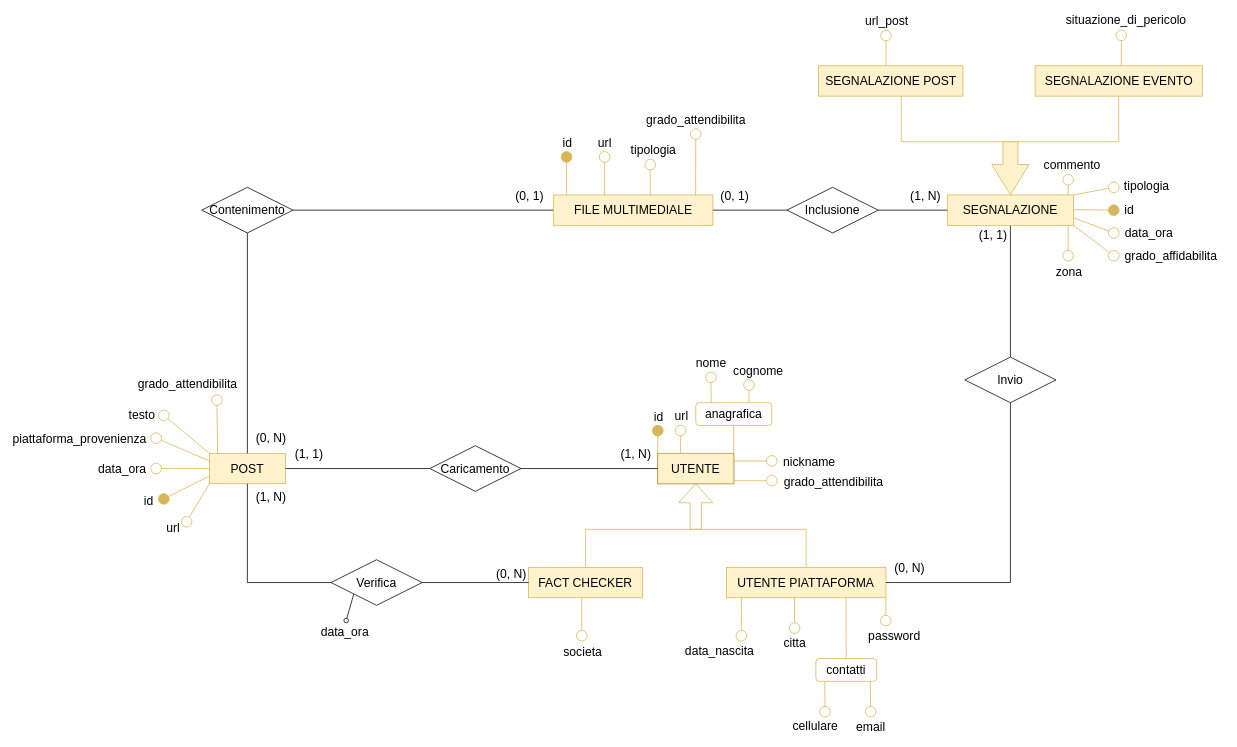
Above: page "Diag. Social network" (6 of 9) of diagramma-er.drawio in faffolao/ProgettoBD2022 (draw.io), before the change. Source tidied: cells renumbered, new cells numbered last; positions are measured from the earlier drawing's top-left corner, leaving out a move shared by most shapes. Both pictures are drawn from the tidied source at 76%, with x=0, y=0 at pixel (156, 35).
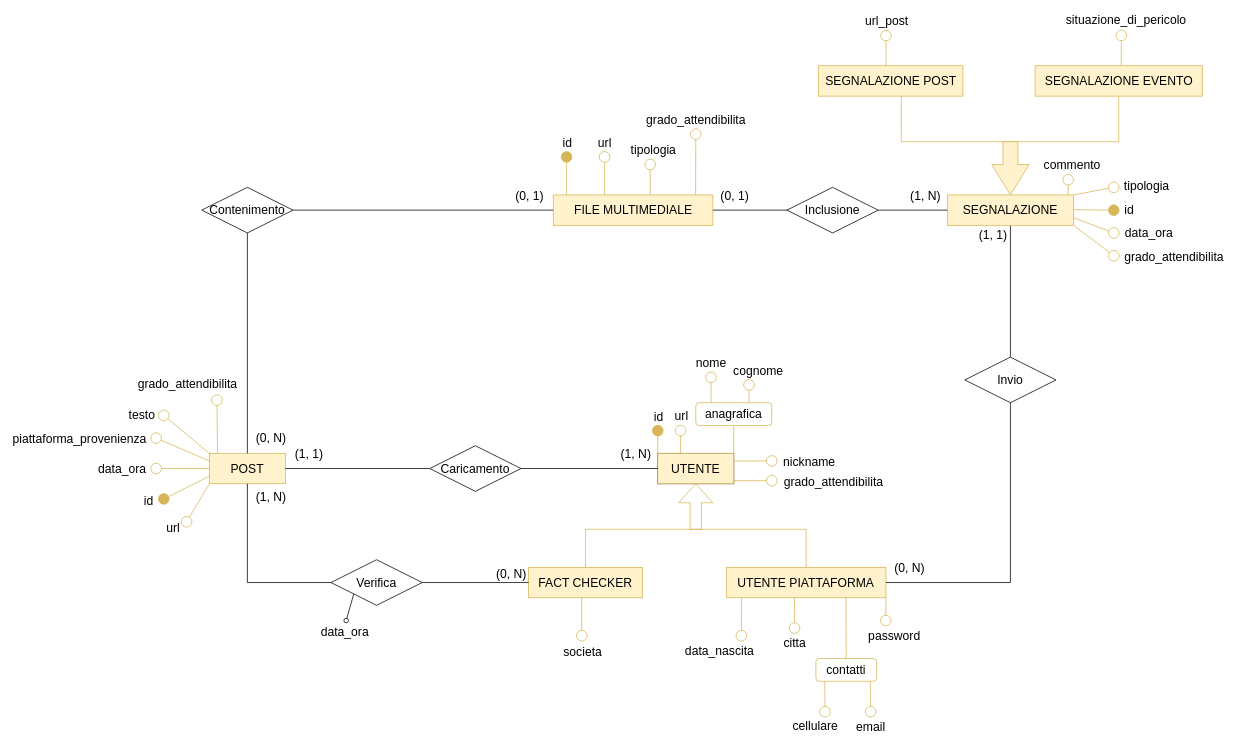
The same diagram, later.

The change refers to these unchanged cells:
```xml
<mxCell id="65" style="endArrow=none;html=1;rounded=0;strokeColor=#d6b656;strokeWidth=1;fontSize=12;startSize=14;endSize=14;endFill=0;startArrow=oval;startFill=0;fillColor=#fff2cc;" parent="1" edge="1">
  <mxGeometry relative="1" as="geometry">
    <mxPoint x="1260" y="290" as="sourcePoint" />
    <mxPoint x="1207" y="250" as="targetPoint" />
  </mxGeometry>
</mxCell>
```

The edit, as a diff of the source:
```diff
@@
-    <mxCell id="66" value="grado_affidabilita" style="edgeLabel;html=1;align=center;verticalAlign=middle;fontSize=16;" parent="65" vertex="1">
+    <mxCell id="66" value="grado_attendibilita" style="edgeLabel;html=1;align=center;verticalAlign=middle;fontSize=16;" parent="65" vertex="1">
       <mxGeometry x="0.63" relative="1" as="geometry">
-        <mxPoint x="118" y="32" as="offset" />
+        <mxPoint x="122" y="34" as="offset" />
       </mxGeometry>
     </mxCell>
@@
-    <mxCell id="69" style="endArrow=none;html=1;rounded=0;strokeColor=#d6b656;strokeWidth=1;fontSize=12;startSize=14;endSize=14;endFill=0;startArrow=oval;startFill=0;fillColor=#fff2cc;" parent="1" edge="1">
-      <mxGeometry relative="1" as="geometry">
-        <mxPoint x="1200" y="290" as="sourcePoint" />
-        <mxPoint x="1200" y="250" as="targetPoint" />
-      </mxGeometry>
-    </mxCell>
-    <mxCell id="70" value="zona" style="edgeLabel;html=1;align=center;verticalAlign=middle;fontSize=16;" parent="69" vertex="1">
-      <mxGeometry x="-0.47" y="3" relative="1" as="geometry">
-        <mxPoint x="3" y="31" as="offset" />
-      </mxGeometry>
-    </mxCell>
```
